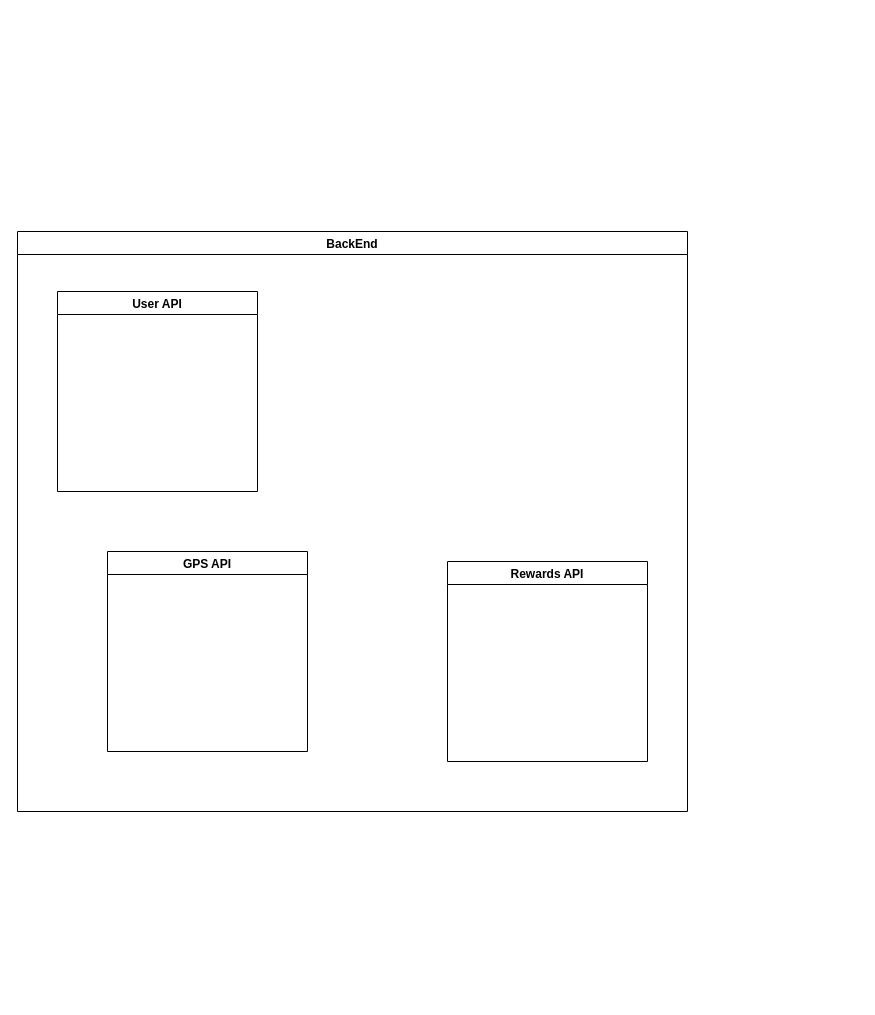
The draw.io diagram page "Page-2" (2 of 2) of Untitled Diagram.drawio in SoufieneOUERTANI/udemy-assertj, before the edit. Source tidied: cells renumbered, new cells numbered last; positions are measured from the earlier drawing's top-left corner, leaving out a move shared by most shapes. Both pictures are drawn from the tidied source at 100%, with x=0, y=0 at pixel (17, 231). Pictures stored in the file or linked from it are replaced by grey dashed boxes.
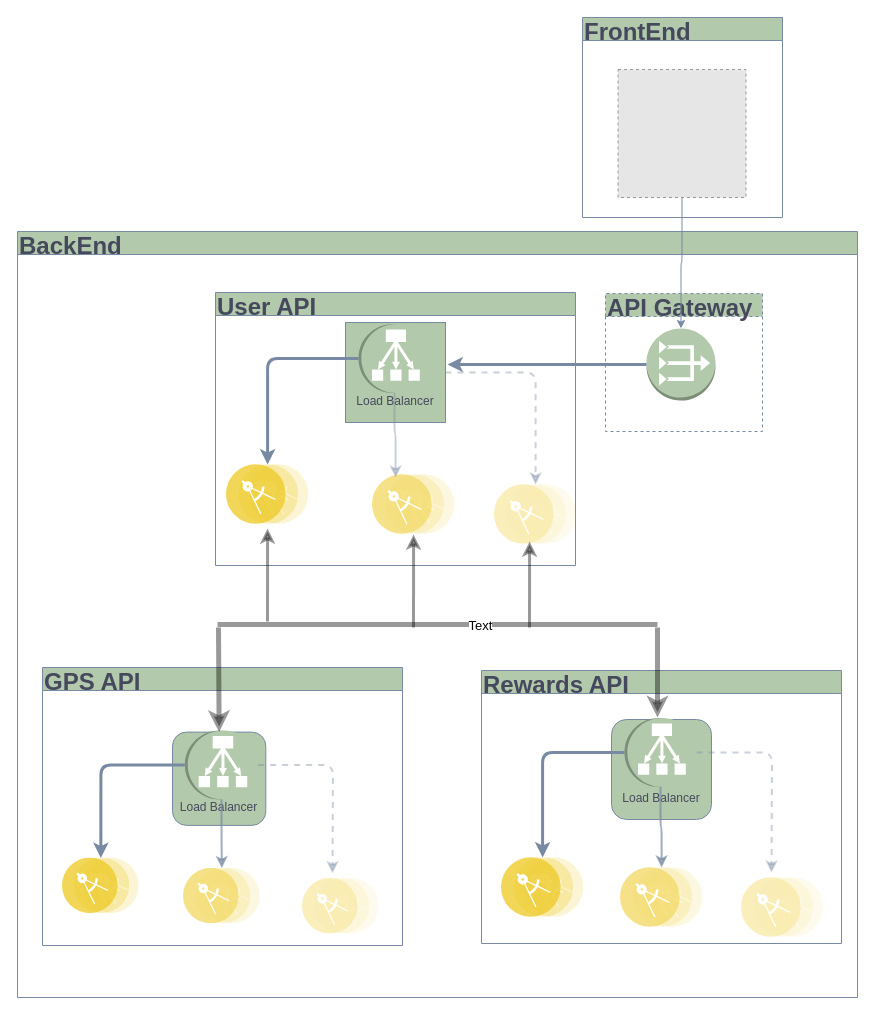
The same diagram, later.

The edit, as a diff of the source:
```diff
@@
-    <mxCell id="2" value="BackEnd" style="swimlane;" parent="1" vertex="1">
-      <mxGeometry width="670" height="580" as="geometry" />
+    <mxCell id="2" value="BackEnd" style="swimlane;fillColor=#B2C9AB;strokeColor=#788AA3;fontColor=#46495D;rounded=0;shadow=0;sketch=0;fontSize=24;startSize=23;align=left;" parent="1" vertex="1">
+      <mxGeometry width="840" height="766" as="geometry" />
     </mxCell>
-    <mxCell id="3" value="User API" style="swimlane;" parent="2" vertex="1">
-      <mxGeometry x="40" y="60" width="200" height="200" as="geometry" />
+    <mxCell id="3" value="User API" style="swimlane;fillColor=#B2C9AB;strokeColor=#788AA3;fontColor=#46495D;rounded=0;fontSize=24;align=left;" parent="2" vertex="1">
+      <mxGeometry x="198" y="61" width="360" height="273" as="geometry" />
     </mxCell>
+    <mxCell id="6" value="&lt;br&gt;&lt;br&gt;&lt;br&gt;&lt;br&gt;Load Balancer" style="whiteSpace=wrap;html=1;fillColor=#B2C9AB;strokeColor=#788AA3;fontColor=#46495D;" parent="3" vertex="1">
+      <mxGeometry x="130" y="30" width="100" height="100" as="geometry" />
+    </mxCell>
+    <mxCell id="7" style="outlineConnect=0;dashed=0;verticalLabelPosition=bottom;verticalAlign=top;align=center;html=1;shape=mxgraph.aws3.classic_load_balancer;fillColor=#B2C9AB;rotation=90;strokeColor=#788AA3;fontColor=#46495D;" parent="3" vertex="1">
+      <mxGeometry x="144.5" y="30" width="69" height="72" as="geometry" />
+    </mxCell>
+    <mxCell id="8" style="outlineConnect=0;dashed=0;verticalLabelPosition=bottom;verticalAlign=top;align=center;html=1;shape=mxgraph.aws3.vpc_nat_gateway;fillColor=#B2C9AB;strokeColor=#788AA3;fontColor=#46495D;" parent="2" vertex="1">
+      <mxGeometry x="629" y="97" width="69" height="72" as="geometry" />
+    </mxCell>
+    <mxCell id="9" value="API Gateway" style="swimlane;rounded=0;dashed=1;sketch=0;fontSize=24;fontColor=#46495D;strokeColor=#788AA3;fillColor=#B2C9AB;align=left;" parent="2" vertex="1">
+      <mxGeometry x="588" y="62" width="157" height="138" as="geometry" />
+    </mxCell>
+    <mxCell id="10" value="FrontEnd" style="swimlane;rounded=0;sketch=0;fontColor=#46495D;strokeColor=#788AA3;fillColor=#B2C9AB;fontSize=24;align=left;" parent="1" vertex="1">
+      <mxGeometry x="565" y="-214" width="200" height="200" as="geometry" />
+    </mxCell>
+    <mxCell id="11" style="fillColor=#E6E6E6;strokeColor=#999999;dashed=1;html=1;verticalAlign=top;verticalLabelPosition=bottom;fontColor=#46495D;" parent="10" vertex="1">
+      <mxGeometry x="35.5" y="52" width="128" height="128" as="geometry" />
+    </mxCell>
+    <mxCell id="12" style="perimeter=ellipsePerimeter;html=1;align=center;shadow=0;dashed=1;fontColor=#4277BB;labelBackgroundColor=#ffffff;fontSize=12;spacingTop=3;image;image=img/lib/ibm/applications/microservice.svg;rounded=0;sketch=0;strokeColor=#788AA3;fillColor=#B2C9AB;opacity=40;" parent="1" vertex="1">
+      <mxGeometry x="477" y="253" width="82.2" height="60" as="geometry" />
+    </mxCell>
+    <mxCell id="13" style="edgeStyle=orthogonalEdgeStyle;curved=0;rounded=1;sketch=0;jettySize=auto;html=1;entryX=0.5;entryY=0;entryDx=0;entryDy=0;fontSize=13;fontColor=#46495D;strokeColor=#788AA3;fillColor=#B2C9AB;opacity=40;dashed=1;strokeWidth=2;" parent="1" edge="1" source="6" target="12">
+      <mxGeometry relative="1" as="geometry" />
+    </mxCell>
+    <mxCell id="14" style="edgeStyle=orthogonalEdgeStyle;curved=0;rounded=1;sketch=0;jettySize=auto;html=1;entryX=0.5;entryY=0;entryDx=0;entryDy=0;entryPerimeter=0;fontSize=13;fontColor=#46495D;strokeColor=#788AA3;fillColor=#B2C9AB;" parent="1" edge="1" source="11" target="8">
+      <mxGeometry relative="1" as="geometry" />
+    </mxCell>
+    <mxCell id="15" style="edgeStyle=orthogonalEdgeStyle;curved=0;rounded=1;sketch=0;jettySize=auto;html=1;fontSize=13;fontColor=#46495D;strokeColor=#788AA3;fillColor=#B2C9AB;strokeWidth=3;" parent="1" edge="1" source="8">
+      <mxGeometry relative="1" as="geometry">
+        <mxPoint x="430" y="133" as="targetPoint" />
+      </mxGeometry>
+    </mxCell>
+    <mxCell id="16" style="perimeter=ellipsePerimeter;html=1;align=center;shadow=0;dashed=0;fontColor=#4277BB;labelBackgroundColor=#ffffff;fontSize=12;spacingTop=3;image;image=img/lib/ibm/applications/microservice.svg;rounded=0;sketch=0;strokeColor=#788AA3;fillColor=#B2C9AB;" parent="1" vertex="1">
+      <mxGeometry x="209" y="233" width="82.2" height="60" as="geometry" />
+    </mxCell>
+    <mxCell id="17" style="perimeter=ellipsePerimeter;html=1;align=center;shadow=0;dashed=0;fontColor=#4277BB;labelBackgroundColor=#ffffff;fontSize=12;spacingTop=3;image;image=img/lib/ibm/applications/microservice.svg;rounded=0;sketch=0;strokeColor=#788AA3;fillColor=#B2C9AB;opacity=70;" parent="1" vertex="1">
+      <mxGeometry x="355" y="243" width="82.2" height="60" as="geometry" />
+    </mxCell>
+    <mxCell id="18" style="group;fontSize=24;" parent="1" vertex="1">
+      <mxGeometry x="25" y="436" width="360" height="278" as="geometry" />
+    </mxCell>
-    <mxCell id="4" value="GPS API" style="swimlane;" parent="2" vertex="1">
-      <mxGeometry x="90" y="320" width="200" height="200" as="geometry" />
+    <mxCell id="4" value="GPS API" style="swimlane;fillColor=#B2C9AB;strokeColor=#788AA3;fontColor=#46495D;rounded=0;fontSize=24;align=left;" parent="18" vertex="1">
+      <mxGeometry width="360" height="278" as="geometry" />
     </mxCell>
+    <mxCell id="19" value="&lt;br&gt;&lt;br&gt;&lt;br&gt;&lt;br&gt;Load Balancer" style="whiteSpace=wrap;html=1;fillColor=#B2C9AB;strokeColor=#788AA3;fontColor=#46495D;rounded=1;" parent="4" vertex="1">
+      <mxGeometry x="130" y="64.6" width="93.3" height="93.3" as="geometry" />
+    </mxCell>
+    <mxCell id="20" style="outlineConnect=0;dashed=0;verticalLabelPosition=bottom;verticalAlign=top;align=center;html=1;shape=mxgraph.aws3.classic_load_balancer;fillColor=#B2C9AB;rotation=90;strokeColor=#788AA3;fontColor=#46495D;" parent="4" vertex="1">
+      <mxGeometry x="144.5" y="60.8" width="69" height="73.3" as="geometry" />
+    </mxCell>
+    <mxCell id="21" style="perimeter=ellipsePerimeter;html=1;align=center;shadow=0;dashed=1;fontColor=#4277BB;labelBackgroundColor=#ffffff;fontSize=12;spacingTop=3;image;image=img/lib/ibm/applications/microservice.svg;rounded=0;sketch=0;strokeColor=#788AA3;fillColor=#B2C9AB;opacity=40;" parent="18" vertex="1">
+      <mxGeometry x="260" y="210.8" width="76.7" height="56" as="geometry" />
+    </mxCell>
+    <mxCell id="22" style="perimeter=ellipsePerimeter;html=1;align=center;shadow=0;dashed=0;fontColor=#4277BB;labelBackgroundColor=#ffffff;fontSize=12;spacingTop=3;image;image=img/lib/ibm/applications/microservice.svg;rounded=0;sketch=0;strokeColor=#788AA3;fillColor=#B2C9AB;" parent="18" vertex="1">
+      <mxGeometry x="20" y="190.4" width="76.7" height="56" as="geometry" />
+    </mxCell>
+    <mxCell id="23" style="perimeter=ellipsePerimeter;html=1;align=center;shadow=0;dashed=0;fontColor=#4277BB;labelBackgroundColor=#ffffff;fontSize=12;spacingTop=3;image;image=img/lib/ibm/applications/microservice.svg;rounded=0;sketch=0;strokeColor=#788AA3;fillColor=#B2C9AB;opacity=70;" parent="18" vertex="1">
+      <mxGeometry x="141" y="200.6" width="76.7" height="56" as="geometry" />
+    </mxCell>
+    <mxCell id="24" style="edgeStyle=orthogonalEdgeStyle;curved=0;rounded=1;sketch=0;jettySize=auto;html=1;entryX=0.5;entryY=0;entryDx=0;entryDy=0;fontSize=13;fontColor=#46495D;strokeColor=#788AA3;fillColor=#B2C9AB;opacity=70;strokeWidth=2;" parent="18" edge="1" source="20" target="23">
+      <mxGeometry relative="1" as="geometry" />
+    </mxCell>
+    <mxCell id="25" style="edgeStyle=orthogonalEdgeStyle;curved=0;rounded=1;sketch=0;jettySize=auto;html=1;fontSize=13;fontColor=#46495D;strokeColor=#788AA3;fillColor=#B2C9AB;opacity=40;dashed=1;strokeWidth=2;" parent="18" edge="1" source="20">
+      <mxGeometry relative="1" as="geometry">
+        <mxPoint x="290" y="205.7" as="targetPoint" />
+      </mxGeometry>
+    </mxCell>
+    <mxCell id="26" style="edgeStyle=orthogonalEdgeStyle;curved=0;rounded=1;sketch=0;jettySize=auto;html=1;entryX=0.5;entryY=0;entryDx=0;entryDy=0;fontSize=13;fontColor=#46495D;strokeColor=#788AA3;fillColor=#B2C9AB;strokeWidth=3;" parent="18" edge="1" source="20" target="22">
+      <mxGeometry relative="1" as="geometry" />
+    </mxCell>
+    <mxCell id="27" style="group;spacing=2;fontSize=24;" parent="1" vertex="1">
+      <mxGeometry x="464" y="439" width="360" height="273" as="geometry" />
+    </mxCell>
-    <mxCell id="5" value="Rewards API" style="swimlane;" parent="2" vertex="1">
-      <mxGeometry x="430" y="330" width="200" height="200" as="geometry" />
+    <mxCell id="5" value="Rewards API" style="swimlane;fillColor=#B2C9AB;strokeColor=#788AA3;fontColor=#46495D;rounded=0;fontSize=24;align=left;" parent="27" vertex="1">
+      <mxGeometry width="360" height="273" as="geometry" />
     </mxCell>
+    <mxCell id="28" value="&lt;br&gt;&lt;br&gt;&lt;br&gt;&lt;br&gt;Load Balancer" style="whiteSpace=wrap;html=1;fillColor=#B2C9AB;strokeColor=#788AA3;fontColor=#46495D;rounded=1;" parent="5" vertex="1">
+      <mxGeometry x="130" y="49" width="100" height="100" as="geometry" />
+    </mxCell>
+    <mxCell id="29" style="outlineConnect=0;dashed=0;verticalLabelPosition=bottom;verticalAlign=top;align=center;html=1;shape=mxgraph.aws3.classic_load_balancer;fillColor=#B2C9AB;rotation=90;strokeColor=#788AA3;fontColor=#46495D;" parent="5" vertex="1">
+      <mxGeometry x="144.5" y="46" width="69" height="72" as="geometry" />
+    </mxCell>
+    <mxCell id="30" style="perimeter=ellipsePerimeter;html=1;align=center;shadow=0;dashed=1;fontColor=#4277BB;labelBackgroundColor=#ffffff;fontSize=12;spacingTop=3;image;image=img/lib/ibm/applications/microservice.svg;rounded=0;sketch=0;strokeColor=#788AA3;fillColor=#B2C9AB;opacity=40;" parent="27" vertex="1">
+      <mxGeometry x="260" y="207" width="82.2" height="60" as="geometry" />
+    </mxCell>
+    <mxCell id="31" style="perimeter=ellipsePerimeter;html=1;align=center;shadow=0;dashed=0;fontColor=#4277BB;labelBackgroundColor=#ffffff;fontSize=12;spacingTop=3;image;image=img/lib/ibm/applications/microservice.svg;rounded=0;sketch=0;strokeColor=#788AA3;fillColor=#B2C9AB;" parent="27" vertex="1">
+      <mxGeometry x="20" y="187" width="82.2" height="60" as="geometry" />
+    </mxCell>
+    <mxCell id="32" style="perimeter=ellipsePerimeter;html=1;align=center;shadow=0;dashed=0;fontColor=#4277BB;labelBackgroundColor=#ffffff;fontSize=12;spacingTop=3;image;image=img/lib/ibm/applications/microservice.svg;rounded=0;sketch=0;strokeColor=#788AA3;fillColor=#B2C9AB;opacity=70;" parent="27" vertex="1">
+      <mxGeometry x="139" y="197" width="82.2" height="60" as="geometry" />
+    </mxCell>
+    <mxCell id="33" style="edgeStyle=orthogonalEdgeStyle;curved=0;rounded=1;sketch=0;jettySize=auto;html=1;entryX=0.5;entryY=0;entryDx=0;entryDy=0;fontSize=13;fontColor=#46495D;strokeColor=#788AA3;fillColor=#B2C9AB;opacity=70;strokeWidth=2;" parent="27" edge="1" source="29" target="32">
+      <mxGeometry relative="1" as="geometry" />
+    </mxCell>
+    <mxCell id="34" style="edgeStyle=orthogonalEdgeStyle;curved=0;rounded=1;sketch=0;jettySize=auto;html=1;fontSize=13;fontColor=#46495D;strokeColor=#788AA3;fillColor=#B2C9AB;opacity=40;dashed=1;strokeWidth=2;" parent="27" edge="1" source="29">
+      <mxGeometry relative="1" as="geometry">
+        <mxPoint x="290" y="202" as="targetPoint" />
+      </mxGeometry>
+    </mxCell>
+    <mxCell id="35" style="edgeStyle=orthogonalEdgeStyle;curved=0;rounded=1;sketch=0;jettySize=auto;html=1;entryX=0.5;entryY=0;entryDx=0;entryDy=0;fontSize=13;fontColor=#46495D;strokeColor=#788AA3;fillColor=#B2C9AB;strokeWidth=3;" parent="27" edge="1" source="29" target="31">
+      <mxGeometry relative="1" as="geometry" />
+    </mxCell>
+    <mxCell id="36" style="edgeStyle=orthogonalEdgeStyle;curved=0;rounded=1;sketch=0;jettySize=auto;html=1;entryX=0.5;entryY=0;entryDx=0;entryDy=0;fontSize=13;fontColor=#46495D;strokeColor=#788AA3;fillColor=#B2C9AB;strokeWidth=3;" parent="1" edge="1" source="7" target="16">
+      <mxGeometry relative="1" as="geometry" />
+    </mxCell>
+    <mxCell id="37" style="edgeStyle=orthogonalEdgeStyle;curved=0;rounded=1;sketch=0;jettySize=auto;html=1;entryX=0.25;entryY=0;entryDx=0;entryDy=0;fontSize=13;fontColor=#46495D;strokeColor=#788AA3;fillColor=#B2C9AB;opacity=40;strokeWidth=2;" parent="1" edge="1" source="7" target="17">
+      <mxGeometry relative="1" as="geometry" />
+    </mxCell>
+    <mxCell id="38" style="endArrow=none;html=1;rounded=1;sketch=0;fontSize=13;fontColor=#46495D;strokeColor=#000000;strokeWidth=5;fillColor=#B2C9AB;opacity=40;curved=0;" parent="1" edge="1">
+      <mxGeometry relative="1" as="geometry">
+        <mxPoint x="200" y="393" as="sourcePoint" />
+        <mxPoint x="640" y="393" as="targetPoint" />
+      </mxGeometry>
+    </mxCell>
+    <mxCell id="39" value="&lt;font color=&quot;#000000&quot;&gt;Text&lt;/font&gt;" style="edgeLabel;html=1;align=center;verticalAlign=middle;fontSize=13;fontColor=#46495D;" parent="38" vertex="1">
+      <mxGeometry x="0.19" relative="1" as="geometry" />
+    </mxCell>
+    <mxCell id="40" style="endArrow=classic;html=1;rounded=1;sketch=0;fontSize=13;fontColor=#46495D;strokeColor=#000000;strokeWidth=5;fillColor=#B2C9AB;opacity=40;curved=0;entryX=0.5;entryY=0;entryDx=0;entryDy=0;" parent="1" edge="1" target="19">
+      <mxGeometry relative="1" as="geometry">
+        <mxPoint x="201" y="396" as="sourcePoint" />
+      </mxGeometry>
+    </mxCell>
+    <mxCell id="41" style="endArrow=classic;html=1;rounded=1;sketch=0;fontSize=13;fontColor=#000000;strokeColor=#000000;strokeWidth=5;fillColor=#B2C9AB;opacity=40;curved=0;" parent="1" edge="1">
+      <mxGeometry relative="1" as="geometry">
+        <mxPoint x="640" y="396" as="sourcePoint" />
+        <mxPoint x="640" y="486" as="targetPoint" />
+      </mxGeometry>
+    </mxCell>
+    <mxCell id="42" style="endArrow=classic;html=1;rounded=1;sketch=0;fontSize=13;fontColor=#000000;strokeColor=#000000;strokeWidth=3;fillColor=#B2C9AB;opacity=40;curved=0;entryX=0.5;entryY=1;entryDx=0;entryDy=0;" parent="1" edge="1">
+      <mxGeometry relative="1" as="geometry">
+        <mxPoint x="250" y="390" as="sourcePoint" />
+        <mxPoint x="250.1" y="297" as="targetPoint" />
+      </mxGeometry>
+    </mxCell>
+    <mxCell id="43" style="endArrow=classic;html=1;rounded=1;sketch=0;fontSize=13;fontColor=#000000;strokeColor=#000000;strokeWidth=3;fillColor=#B2C9AB;opacity=40;curved=0;entryX=0.5;entryY=1;entryDx=0;entryDy=0;" parent="1" edge="1" target="17">
+      <mxGeometry relative="1" as="geometry">
+        <mxPoint x="396" y="396" as="sourcePoint" />
+      </mxGeometry>
+    </mxCell>
+    <mxCell id="44" style="endArrow=classic;html=1;rounded=1;sketch=0;fontSize=13;fontColor=#000000;strokeColor=#000000;strokeWidth=3;fillColor=#B2C9AB;opacity=40;curved=0;entryX=0.25;entryY=1;entryDx=0;entryDy=0;" parent="1" edge="1">
+      <mxGeometry relative="1" as="geometry">
+        <mxPoint x="512" y="396" as="sourcePoint" />
+        <mxPoint x="512.1" y="310" as="targetPoint" />
+      </mxGeometry>
+    </mxCell>
```
